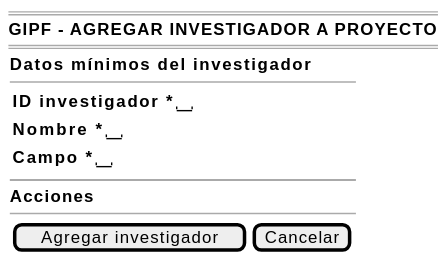
The PlantUML diagram images/RUP/00-casos-uso/02-detalle/coordinador/agregarInvestigador/agregarInvestigador-wireframe.svg in beatriizorozco/25-26-idsw2-sdVC, before a commit.
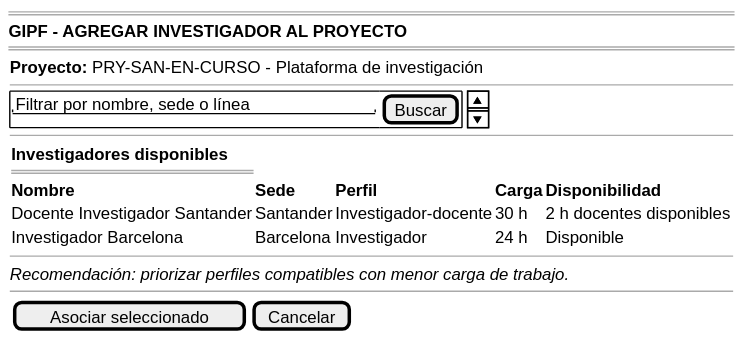
The same diagram one commit later.

The edit, as a diff of the source:
```diff
@@ -1,22 +1,26 @@
 @startsalt agregarInvestigador-wireframe
 {
     ====
-    <b>GIPF - AGREGAR INVESTIGADOR A PROYECTO</b>
+    <b>GIPF - AGREGAR INVESTIGADOR AL PROYECTO</b>
     ====
     {
-        <b>Datos mínimos del investigador</b>
+        <b>Proyecto:</b> PRY-SAN-EN-CURSO - Plataforma de investigación
+        --
+        {SI
+            "Filtrar por nombre, sede o línea" | [Buscar]
+        }
         --
         {
-            {<b>ID investigador *</b>     | " "}
-            {<b>Nombre *</b>              | " "}
-            {<b>Campo *</b>               | " "}
+            <b>Investigadores disponibles</b>
+            ==
+            <b>Nombre</b> | <b>Sede</b> | <b>Perfil</b> | <b>Carga</b> | <b>Disponibilidad</b>
+            Docente Investigador Santander | Santander | Investigador-docente | 30 h | 2 h docentes disponibles
+            Investigador Barcelona | Barcelona | Investigador | 24 h | Disponible
         }
-
-        ~~
-
-        <b>Acciones</b>
         --
-        {[Agregar investigador] | [Cancelar]}
+        <i>Recomendación: priorizar perfiles compatibles con menor carga de trabajo.</i>
+        --
+        {[Asociar seleccionado] | [Cancelar]}
     }
 }
 @endsalt
```
